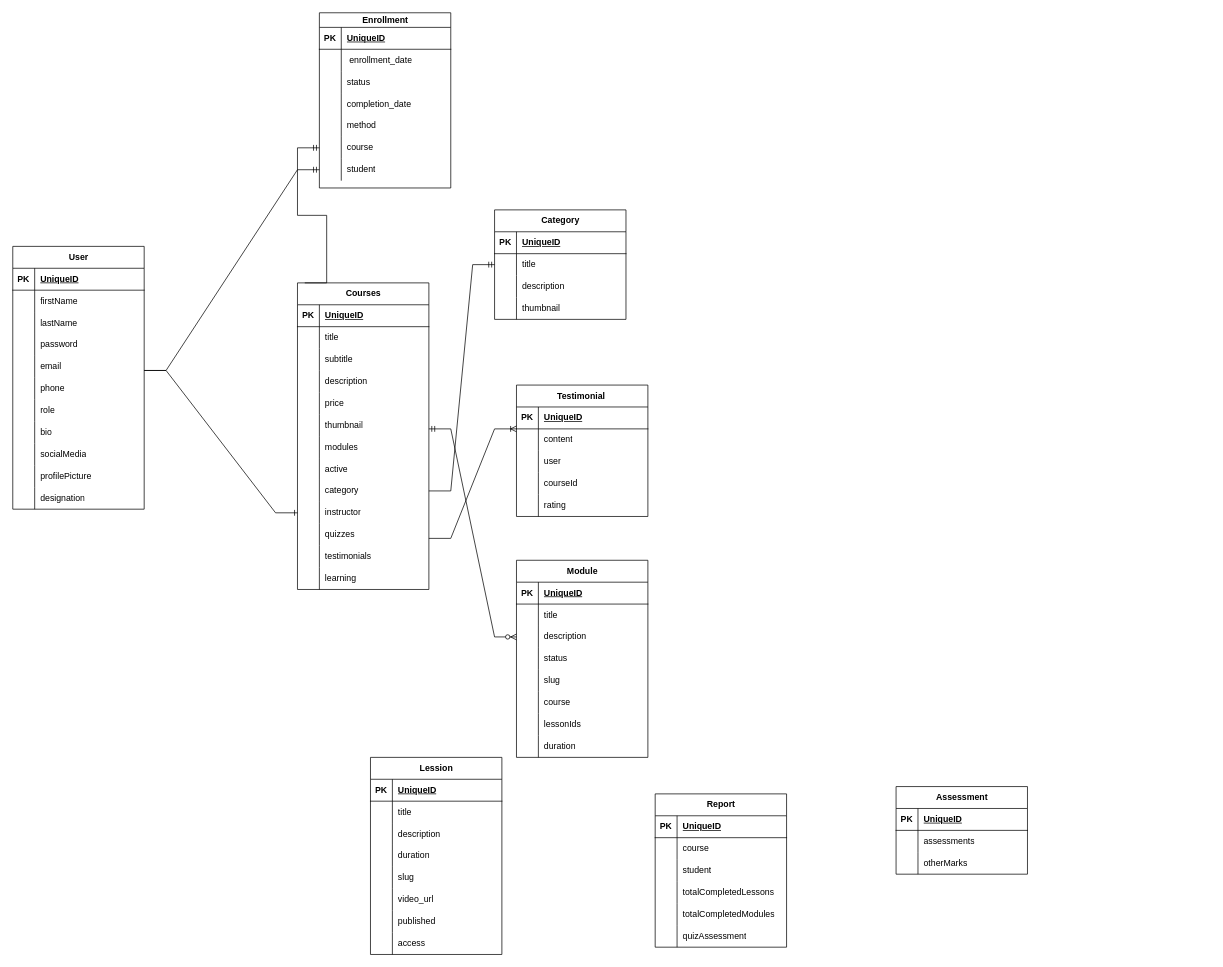
Above: page "Database Design" (2 of 5) of diagrams/EduConnect.drawio in TanzimHossain2/EduConnect (draw.io), before the change. Source tidied: cells renumbered, new cells numbered last; positions are measured from the earlier drawing's top-left corner, leaving out a move shared by most shapes. Both pictures are drawn from the tidied source at 73%, with x=0, y=0 at pixel (-39, 12).
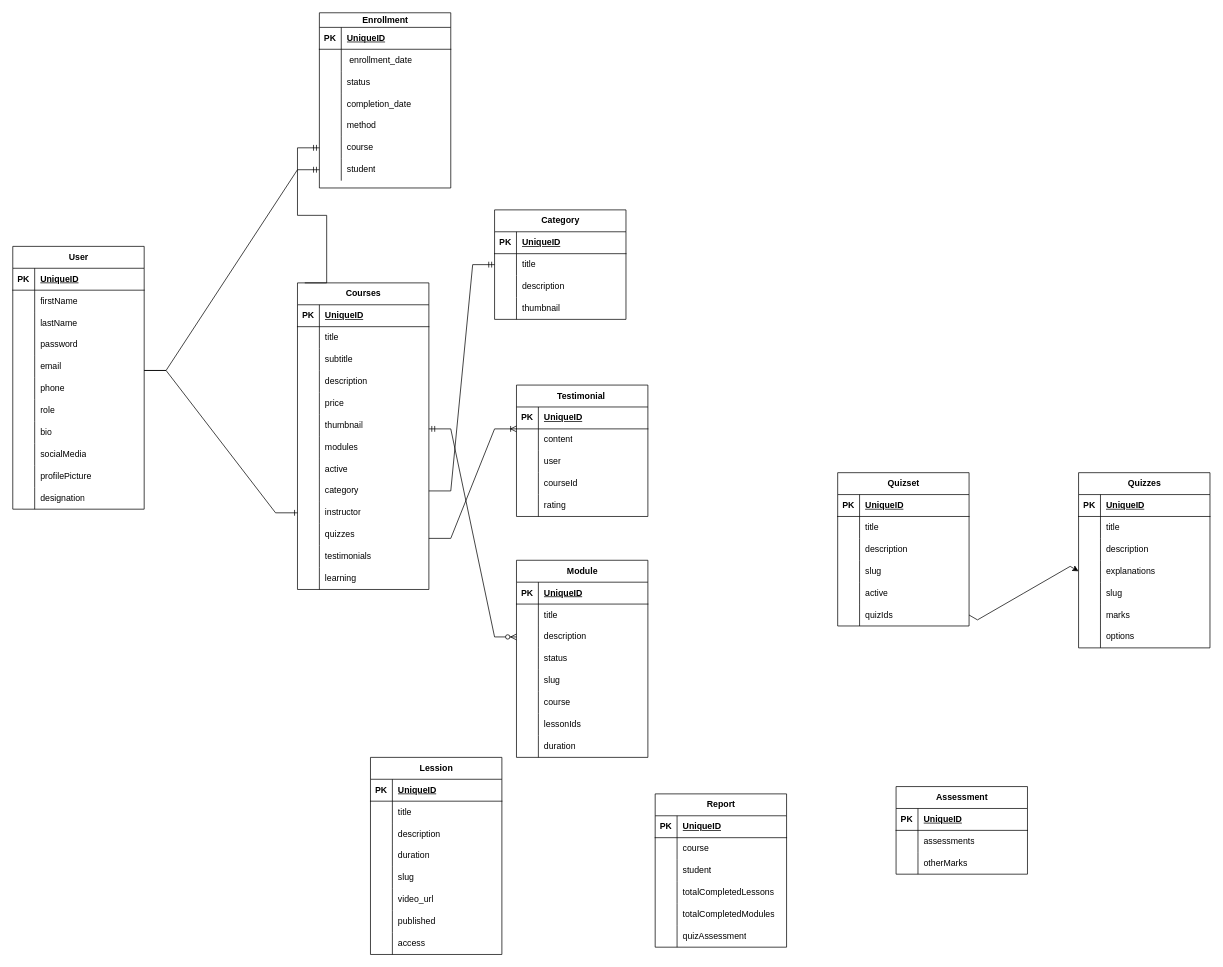
The same diagram, later.

Diff of the diagram source:
```diff
@@
+    <mxCell id="212" style="group;" parent="1" vertex="1">
+      <mxGeometry x="1200" y="630" width="510" height="240" as="geometry" />
+    </mxCell>
+    <mxCell id="213" value="Quizset" style="shape=table;startSize=30;childLayout=tableLayout;rowLines=0;fontStyle=1;align=center;html=1;" parent="212" vertex="1">
+      <mxGeometry width="180" height="210" as="geometry" />
+    </mxCell>
+    <mxCell id="214" style="shape=tableRow;horizontal=0;startSize=0;swimlaneHead=0;swimlaneBody=0;fillColor=none;top=0;left=0;right=0;bottom=1;" parent="213" vertex="1">
+      <mxGeometry y="30" width="180" height="30" as="geometry" />
+    </mxCell>
+    <mxCell id="215" value="PK" style="shape=partialRectangle;fillColor=none;top=0;left=0;bottom=0;right=0;fontStyle=1;overflow=hidden;whiteSpace=wrap;html=1;" parent="214" vertex="1">
+      <mxGeometry width="30" height="30" as="geometry" />
+    </mxCell>
+    <mxCell id="216" value="UniqueID" style="shape=partialRectangle;fillColor=none;top=0;left=0;bottom=0;right=0;align=left;spacingLeft=6;fontStyle=5;overflow=hidden;whiteSpace=wrap;html=1;" parent="214" vertex="1">
+      <mxGeometry x="30" width="150" height="30" as="geometry" />
+    </mxCell>
+    <mxCell id="217" style="shape=tableRow;horizontal=0;startSize=0;swimlaneHead=0;swimlaneBody=0;fillColor=none;top=0;left=0;right=0;bottom=0;" parent="213" vertex="1">
+      <mxGeometry y="60" width="180" height="30" as="geometry" />
+    </mxCell>
+    <mxCell id="218" style="shape=partialRectangle;fillColor=none;top=0;left=0;bottom=0;right=0;overflow=hidden;whiteSpace=wrap;html=1;" parent="217" vertex="1">
+      <mxGeometry width="30" height="30" as="geometry" />
+    </mxCell>
+    <mxCell id="219" value="title" style="shape=partialRectangle;fillColor=none;top=0;left=0;bottom=0;right=0;align=left;spacingLeft=6;overflow=hidden;whiteSpace=wrap;html=1;" parent="217" vertex="1">
+      <mxGeometry x="30" width="150" height="30" as="geometry" />
+    </mxCell>
+    <mxCell id="220" style="shape=tableRow;horizontal=0;startSize=0;swimlaneHead=0;swimlaneBody=0;fillColor=none;top=0;left=0;right=0;bottom=0;" parent="213" vertex="1">
+      <mxGeometry y="90" width="180" height="30" as="geometry" />
+    </mxCell>
+    <mxCell id="221" style="shape=partialRectangle;fillColor=none;top=0;left=0;bottom=0;right=0;overflow=hidden;whiteSpace=wrap;html=1;" parent="220" vertex="1">
+      <mxGeometry width="30" height="30" as="geometry" />
+    </mxCell>
+    <mxCell id="222" value="description" style="shape=partialRectangle;fillColor=none;top=0;left=0;bottom=0;right=0;align=left;spacingLeft=6;overflow=hidden;whiteSpace=wrap;html=1;" parent="220" vertex="1">
+      <mxGeometry x="30" width="150" height="30" as="geometry" />
+    </mxCell>
+    <mxCell id="223" style="shape=tableRow;horizontal=0;startSize=0;swimlaneHead=0;swimlaneBody=0;fillColor=none;top=0;left=0;right=0;bottom=0;" parent="213" vertex="1">
+      <mxGeometry y="120" width="180" height="30" as="geometry" />
+    </mxCell>
+    <mxCell id="224" style="shape=partialRectangle;fillColor=none;top=0;left=0;bottom=0;right=0;overflow=hidden;whiteSpace=wrap;html=1;" parent="223" vertex="1">
+      <mxGeometry width="30" height="30" as="geometry" />
+    </mxCell>
+    <mxCell id="225" value="slug" style="shape=partialRectangle;fillColor=none;top=0;left=0;bottom=0;right=0;align=left;spacingLeft=6;overflow=hidden;whiteSpace=wrap;html=1;" parent="223" vertex="1">
+      <mxGeometry x="30" width="150" height="30" as="geometry" />
+    </mxCell>
+    <mxCell id="226" style="shape=tableRow;horizontal=0;startSize=0;swimlaneHead=0;swimlaneBody=0;fillColor=none;top=0;left=0;right=0;bottom=0;" parent="213" vertex="1">
+      <mxGeometry y="150" width="180" height="30" as="geometry" />
+    </mxCell>
+    <mxCell id="227" style="shape=partialRectangle;fillColor=none;top=0;left=0;bottom=0;right=0;overflow=hidden;whiteSpace=wrap;html=1;" parent="226" vertex="1">
+      <mxGeometry width="30" height="30" as="geometry" />
+    </mxCell>
+    <mxCell id="228" value="active" style="shape=partialRectangle;fillColor=none;top=0;left=0;bottom=0;right=0;align=left;spacingLeft=6;overflow=hidden;whiteSpace=wrap;html=1;" parent="226" vertex="1">
+      <mxGeometry x="30" width="150" height="30" as="geometry" />
+    </mxCell>
+    <mxCell id="229" style="shape=tableRow;horizontal=0;startSize=0;swimlaneHead=0;swimlaneBody=0;fillColor=none;points=[[0,0.5],[1,0.5]];portConstraint=eastwest;top=0;left=0;right=0;bottom=0;" parent="213" vertex="1">
+      <mxGeometry y="180" width="180" height="30" as="geometry" />
+    </mxCell>
+    <mxCell id="230" style="shape=partialRectangle;fillColor=none;top=0;left=0;bottom=0;right=0;overflow=hidden;whiteSpace=wrap;html=1;" parent="229" vertex="1">
+      <mxGeometry width="30" height="30" as="geometry" />
+    </mxCell>
+    <mxCell id="231" value="quizIds" style="shape=partialRectangle;fillColor=none;top=0;left=0;bottom=0;right=0;align=left;spacingLeft=6;overflow=hidden;whiteSpace=wrap;html=1;" parent="229" vertex="1">
+      <mxGeometry x="30" width="150" height="30" as="geometry" />
+    </mxCell>
+    <mxCell id="232" value="Quizzes" style="shape=table;startSize=30;childLayout=tableLayout;rowLines=0;fontStyle=1;align=center;html=1;" parent="212" vertex="1">
+      <mxGeometry x="330" width="180" height="240" as="geometry" />
+    </mxCell>
+    <mxCell id="233" style="shape=tableRow;horizontal=0;startSize=0;swimlaneHead=0;swimlaneBody=0;fillColor=none;top=0;left=0;right=0;bottom=1;" parent="232" vertex="1">
+      <mxGeometry y="30" width="180" height="30" as="geometry" />
+    </mxCell>
+    <mxCell id="234" value="PK" style="shape=partialRectangle;fillColor=none;top=0;left=0;bottom=0;right=0;fontStyle=1;overflow=hidden;whiteSpace=wrap;html=1;" parent="233" vertex="1">
+      <mxGeometry width="30" height="30" as="geometry" />
+    </mxCell>
+    <mxCell id="235" value="UniqueID" style="shape=partialRectangle;fillColor=none;top=0;left=0;bottom=0;right=0;align=left;spacingLeft=6;fontStyle=5;overflow=hidden;whiteSpace=wrap;html=1;" parent="233" vertex="1">
+      <mxGeometry x="30" width="150" height="30" as="geometry" />
+    </mxCell>
+    <mxCell id="236" style="shape=tableRow;horizontal=0;startSize=0;swimlaneHead=0;swimlaneBody=0;fillColor=none;top=0;left=0;right=0;bottom=0;" parent="232" vertex="1">
+      <mxGeometry y="60" width="180" height="30" as="geometry" />
+    </mxCell>
+    <mxCell id="237" style="shape=partialRectangle;fillColor=none;top=0;left=0;bottom=0;right=0;overflow=hidden;whiteSpace=wrap;html=1;" parent="236" vertex="1">
+      <mxGeometry width="30" height="30" as="geometry" />
+    </mxCell>
+    <mxCell id="238" value="title" style="shape=partialRectangle;fillColor=none;top=0;left=0;bottom=0;right=0;align=left;spacingLeft=6;overflow=hidden;whiteSpace=wrap;html=1;" parent="236" vertex="1">
+      <mxGeometry x="30" width="150" height="30" as="geometry" />
+    </mxCell>
+    <mxCell id="239" style="shape=tableRow;horizontal=0;startSize=0;swimlaneHead=0;swimlaneBody=0;fillColor=none;top=0;left=0;right=0;bottom=0;" parent="232" vertex="1">
+      <mxGeometry y="90" width="180" height="30" as="geometry" />
+    </mxCell>
+    <mxCell id="240" style="shape=partialRectangle;fillColor=none;top=0;left=0;bottom=0;right=0;overflow=hidden;whiteSpace=wrap;html=1;" parent="239" vertex="1">
+      <mxGeometry width="30" height="30" as="geometry" />
+    </mxCell>
+    <mxCell id="241" value="description" style="shape=partialRectangle;fillColor=none;top=0;left=0;bottom=0;right=0;align=left;spacingLeft=6;overflow=hidden;whiteSpace=wrap;html=1;" parent="239" vertex="1">
+      <mxGeometry x="30" width="150" height="30" as="geometry" />
+    </mxCell>
+    <mxCell id="242" style="shape=tableRow;horizontal=0;startSize=0;swimlaneHead=0;swimlaneBody=0;fillColor=none;points=[[0,0.5],[1,0.5]];portConstraint=eastwest;top=0;left=0;right=0;bottom=0;" parent="232" vertex="1">
+      <mxGeometry y="120" width="180" height="30" as="geometry" />
+    </mxCell>
+    <mxCell id="243" style="shape=partialRectangle;fillColor=none;top=0;left=0;bottom=0;right=0;overflow=hidden;whiteSpace=wrap;html=1;" parent="242" vertex="1">
+      <mxGeometry width="30" height="30" as="geometry" />
+    </mxCell>
+    <mxCell id="244" value="explanations" style="shape=partialRectangle;fillColor=none;top=0;left=0;bottom=0;right=0;align=left;spacingLeft=6;overflow=hidden;whiteSpace=wrap;html=1;" parent="242" vertex="1">
+      <mxGeometry x="30" width="150" height="30" as="geometry" />
+    </mxCell>
+    <mxCell id="245" style="shape=tableRow;horizontal=0;startSize=0;swimlaneHead=0;swimlaneBody=0;fillColor=none;top=0;left=0;right=0;bottom=0;" parent="232" vertex="1">
+      <mxGeometry y="150" width="180" height="30" as="geometry" />
+    </mxCell>
+    <mxCell id="246" style="shape=partialRectangle;fillColor=none;top=0;left=0;bottom=0;right=0;overflow=hidden;whiteSpace=wrap;html=1;" parent="245" vertex="1">
+      <mxGeometry width="30" height="30" as="geometry" />
+    </mxCell>
+    <mxCell id="247" value="slug" style="shape=partialRectangle;fillColor=none;top=0;left=0;bottom=0;right=0;align=left;spacingLeft=6;overflow=hidden;whiteSpace=wrap;html=1;" parent="245" vertex="1">
+      <mxGeometry x="30" width="150" height="30" as="geometry" />
+    </mxCell>
+    <mxCell id="248" style="shape=tableRow;horizontal=0;startSize=0;swimlaneHead=0;swimlaneBody=0;fillColor=none;top=0;left=0;right=0;bottom=0;" parent="232" vertex="1">
+      <mxGeometry y="180" width="180" height="30" as="geometry" />
+    </mxCell>
+    <mxCell id="249" style="shape=partialRectangle;fillColor=none;top=0;left=0;bottom=0;right=0;overflow=hidden;whiteSpace=wrap;html=1;" parent="248" vertex="1">
+      <mxGeometry width="30" height="30" as="geometry" />
+    </mxCell>
+    <mxCell id="250" value="marks" style="shape=partialRectangle;fillColor=none;top=0;left=0;bottom=0;right=0;align=left;spacingLeft=6;overflow=hidden;whiteSpace=wrap;html=1;" parent="248" vertex="1">
+      <mxGeometry x="30" width="150" height="30" as="geometry" />
+    </mxCell>
+    <mxCell id="251" style="shape=tableRow;horizontal=0;startSize=0;swimlaneHead=0;swimlaneBody=0;fillColor=none;top=0;left=0;right=0;bottom=0;" parent="232" vertex="1">
+      <mxGeometry y="210" width="180" height="30" as="geometry" />
+    </mxCell>
+    <mxCell id="252" style="shape=partialRectangle;fillColor=none;top=0;left=0;bottom=0;right=0;overflow=hidden;whiteSpace=wrap;html=1;" parent="251" vertex="1">
+      <mxGeometry width="30" height="30" as="geometry" />
+    </mxCell>
+    <mxCell id="253" value="options" style="shape=partialRectangle;fillColor=none;top=0;left=0;bottom=0;right=0;align=left;spacingLeft=6;overflow=hidden;whiteSpace=wrap;html=1;" parent="251" vertex="1">
+      <mxGeometry x="30" width="150" height="30" as="geometry" />
+    </mxCell>
+    <mxCell id="254" style="edgeStyle=isometricEdgeStyle;rounded=0;jettySize=auto;html=1;exitX=1;exitY=0.5;exitDx=0;exitDy=0;entryX=0;entryY=0.5;entryDx=0;entryDy=0;elbow=vertical;" parent="212" edge="1" source="229" target="242">
+      <mxGeometry relative="1" as="geometry" />
+    </mxCell>
```
